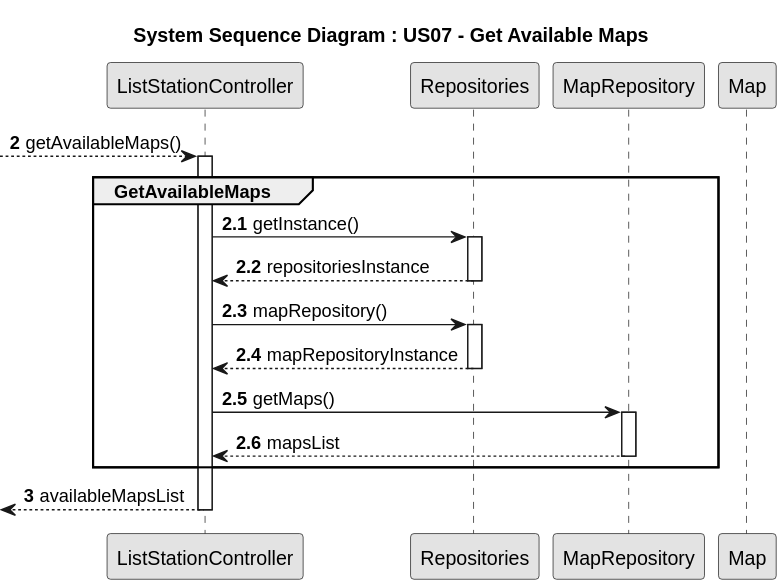
Before: docs/system-documentation/Sprint 2/US07/03.design/svg/US07-SD-get-available-maps.svg, a diagram exported from PlantUML (HenriqueSilva18/Railway-Network-Simulator).
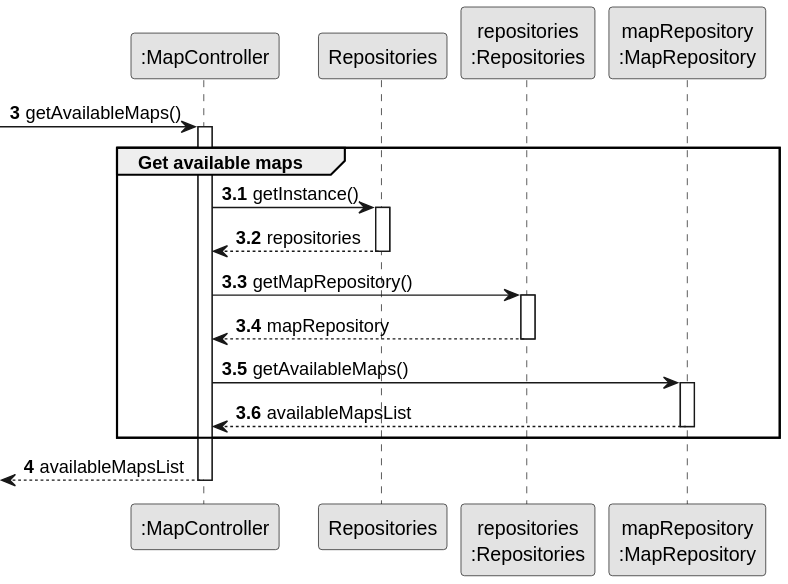
After the change.

The edit, as a diff of the source:
```diff
@@ -2,37 +2,34 @@
 skinparam monochrome true
 skinparam packageStyle rectangle
 skinparam shadowing false
-autonumber
 
-title System Sequence Diagram : US07 - Get Available Maps
+autonumber 3
 
-participant ListStationController
-participant Repositories
-participant MapRepository
-participant Map
+participant ":MapController" as CTRL
+participant "Repositories" as REPOS
+participant "repositories\n:Repositories" as REPOS_SINGLETON
+participant "mapRepository\n:MapRepository" as REPOS_MAP
 
-autonumber 2
---> ListStationController : getAvailableMaps()
-activate ListStationController
-autonumber 2.1
-group GetAvailableMaps
-  ListStationController -> Repositories : getInstance()
-  activate Repositories
-  Repositories --> ListStationController : repositoriesInstance
-  deactivate Repositories
+-> CTRL: getAvailableMaps()
+activate CTRL
+autonumber 3.1
+group Get available maps
+    CTRL -> REPOS: getInstance()
+    activate REPOS
+        REPOS --> CTRL: repositories
+    deactivate REPOS
 
-  ListStationController -> Repositories : mapRepository()
-  activate Repositories
-  Repositories --> ListStationController : mapRepositoryInstance
-  deactivate Repositories
+    CTRL -> REPOS_SINGLETON: getMapRepository()
+    activate REPOS_SINGLETON
+        REPOS_SINGLETON --> CTRL: mapRepository
+    deactivate REPOS_SINGLETON
 
-  ListStationController -> MapRepository : getMaps()
-  activate MapRepository
-  MapRepository --> ListStationController : mapsList
-  deactivate MapRepository
-end
-autonumber 3
-<-- ListStationController : availableMapsList
-
-deactivate ListStationController
+    CTRL -> REPOS_MAP: getAvailableMaps()
+    activate REPOS_MAP
+        REPOS_MAP --> CTRL: availableMapsList
+    deactivate REPOS_MAP
+    end
+    autonumber 4
+    <-- CTRL : availableMapsList
+deactivate CTRL
 @enduml
```
